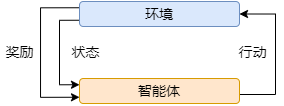
The draw.io diagram rl.drawio.png in lakomi/pictures, before a commit. Source tidied: cells renumbered, new cells last; positions are measured from the earlier drawing's top-left corner, leaving out a move shared by most shapes.
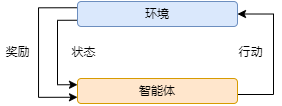
After the change.

The edit, as a diff of the source:
```diff
@@ -2,40 +2,40 @@
   <root>
     <mxCell id="0" />
     <mxCell id="1" parent="0" />
-    <mxCell id="2" style="edgeStyle=orthogonalEdgeStyle;rounded=0;jettySize=auto;html=1;exitX=0;exitY=0.25;exitDx=0;exitDy=0;entryX=0;entryY=0.75;entryDx=0;entryDy=0;fontSize=14;" parent="1" edge="1" source="4" target="6">
+    <mxCell id="2" style="edgeStyle=orthogonalEdgeStyle;rounded=0;jettySize=auto;html=1;exitX=0;exitY=0.25;exitDx=0;exitDy=0;entryX=0;entryY=0.75;entryDx=0;entryDy=0;fontSize=12;" parent="1" edge="1" source="4" target="6">
       <mxGeometry relative="1" as="geometry">
         <Array as="points">
-          <mxPoint x="40" y="6" />
-          <mxPoint x="40" y="96" />
+          <mxPoint x="38" y="4" />
+          <mxPoint x="38" y="94" />
         </Array>
       </mxGeometry>
     </mxCell>
-    <mxCell id="3" style="edgeStyle=orthogonalEdgeStyle;rounded=0;jettySize=auto;html=1;exitX=0;exitY=0.75;exitDx=0;exitDy=0;entryX=0;entryY=0.25;entryDx=0;entryDy=0;fontSize=14;" parent="1" edge="1" source="4" target="6">
+    <mxCell id="3" style="edgeStyle=orthogonalEdgeStyle;rounded=0;jettySize=auto;html=1;exitX=0;exitY=0.75;exitDx=0;exitDy=0;entryX=0;entryY=0.25;entryDx=0;entryDy=0;fontSize=12;" parent="1" edge="1" source="4" target="6">
       <mxGeometry relative="1" as="geometry" />
     </mxCell>
-    <mxCell id="4" value="环境" style="rounded=1;whiteSpace=wrap;html=1;fontSize=14;fillColor=#dae8fc;strokeColor=#6c8ebf;" parent="1" vertex="1">
-      <mxGeometry x="79" width="160" height="25" as="geometry" />
+    <mxCell id="4" value="环境" style="rounded=1;whiteSpace=wrap;html=1;fontSize=12;fillColor=#dae8fc;strokeColor=#6c8ebf;" parent="1" vertex="1">
+      <mxGeometry x="77" y="-2" width="160" height="25" as="geometry" />
     </mxCell>
-    <mxCell id="5" style="edgeStyle=orthogonalEdgeStyle;rounded=0;jettySize=auto;html=1;exitX=1;exitY=0.5;exitDx=0;exitDy=0;entryX=1;entryY=0.5;entryDx=0;entryDy=0;fontSize=14;" parent="1" edge="1" source="6" target="4">
+    <mxCell id="5" style="edgeStyle=orthogonalEdgeStyle;rounded=0;jettySize=auto;html=1;exitX=1;exitY=0.5;exitDx=0;exitDy=0;entryX=1;entryY=0.5;entryDx=0;entryDy=0;fontSize=12;" parent="1" edge="1" source="6" target="4">
       <mxGeometry relative="1" as="geometry">
         <Array as="points">
-          <mxPoint x="239" y="93" />
-          <mxPoint x="275" y="93" />
-          <mxPoint x="275" y="13" />
+          <mxPoint x="237" y="91" />
+          <mxPoint x="273" y="91" />
+          <mxPoint x="273" y="11" />
         </Array>
       </mxGeometry>
     </mxCell>
-    <mxCell id="6" value="智能体" style="rounded=1;whiteSpace=wrap;html=1;fontSize=14;fillColor=#ffe6cc;strokeColor=#d79b00;" parent="1" vertex="1">
-      <mxGeometry x="79" y="77" width="160" height="25" as="geometry" />
+    <mxCell id="6" value="智能体" style="rounded=1;whiteSpace=wrap;html=1;fontSize=12;fillColor=#ffe6cc;strokeColor=#d79b00;" parent="1" vertex="1">
+      <mxGeometry x="77" y="75" width="160" height="25" as="geometry" />
     </mxCell>
-    <mxCell id="7" value="奖励" style="text;html=1;align=center;verticalAlign=middle;strokeColor=none;fillColor=none;fontSize=14;" parent="1" vertex="1">
-      <mxGeometry y="40" width="38" height="21" as="geometry" />
+    <mxCell id="7" value="奖励" style="text;html=1;align=center;verticalAlign=middle;strokeColor=none;fillColor=none;fontSize=12;" parent="1" vertex="1">
+      <mxGeometry y="40" width="34" height="18" as="geometry" />
     </mxCell>
-    <mxCell id="8" value="状态" style="text;html=1;align=center;verticalAlign=middle;strokeColor=none;fillColor=none;fontSize=14;" parent="1" vertex="1">
-      <mxGeometry x="66" y="40" width="38" height="21" as="geometry" />
+    <mxCell id="8" value="状态" style="text;html=1;align=center;verticalAlign=middle;strokeColor=none;fillColor=none;fontSize=12;" parent="1" vertex="1">
+      <mxGeometry x="66" y="40" width="34" height="18" as="geometry" />
     </mxCell>
-    <mxCell id="9" value="行动" style="text;html=1;align=center;verticalAlign=middle;strokeColor=none;fillColor=none;fontSize=14;" parent="1" vertex="1">
-      <mxGeometry x="233" y="40" width="38" height="21" as="geometry" />
+    <mxCell id="9" value="行动" style="text;html=1;align=center;verticalAlign=middle;strokeColor=none;fillColor=none;fontSize=12;" parent="1" vertex="1">
+      <mxGeometry x="233" y="40" width="34" height="18" as="geometry" />
     </mxCell>
   </root>
 </mxGraphModel>
```
